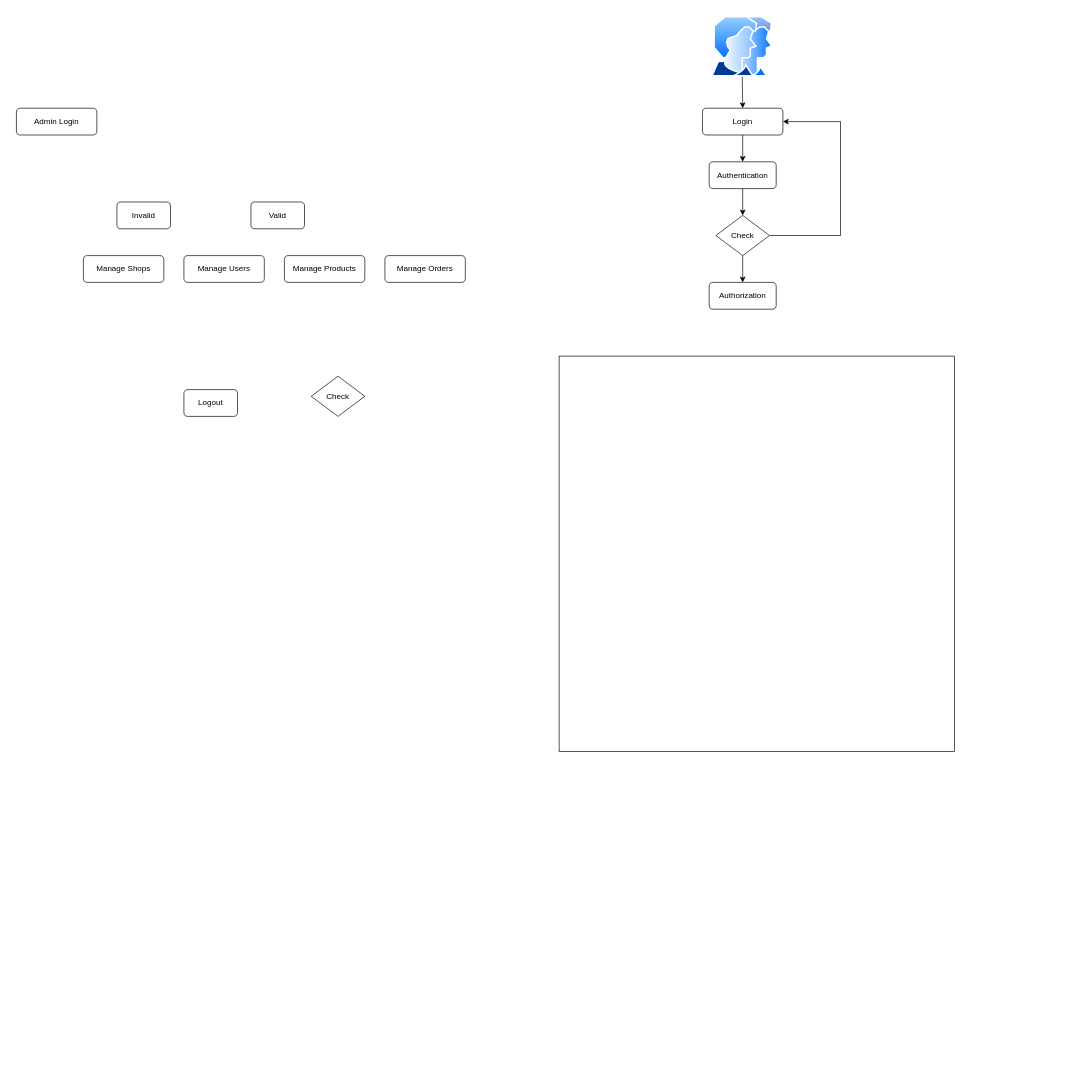
Above: page "Admin/Manager side" (2 of 2) of Диаграмма без названия.drawio in qosimjon123/example (draw.io), before the change. Source tidied: cells renumbered, new cells numbered last; positions are measured from the earlier drawing's top-left corner, leaving out a move shared by most shapes. Both pictures are drawn from the tidied source at 67%, with x=0, y=0 at pixel (16, 16).
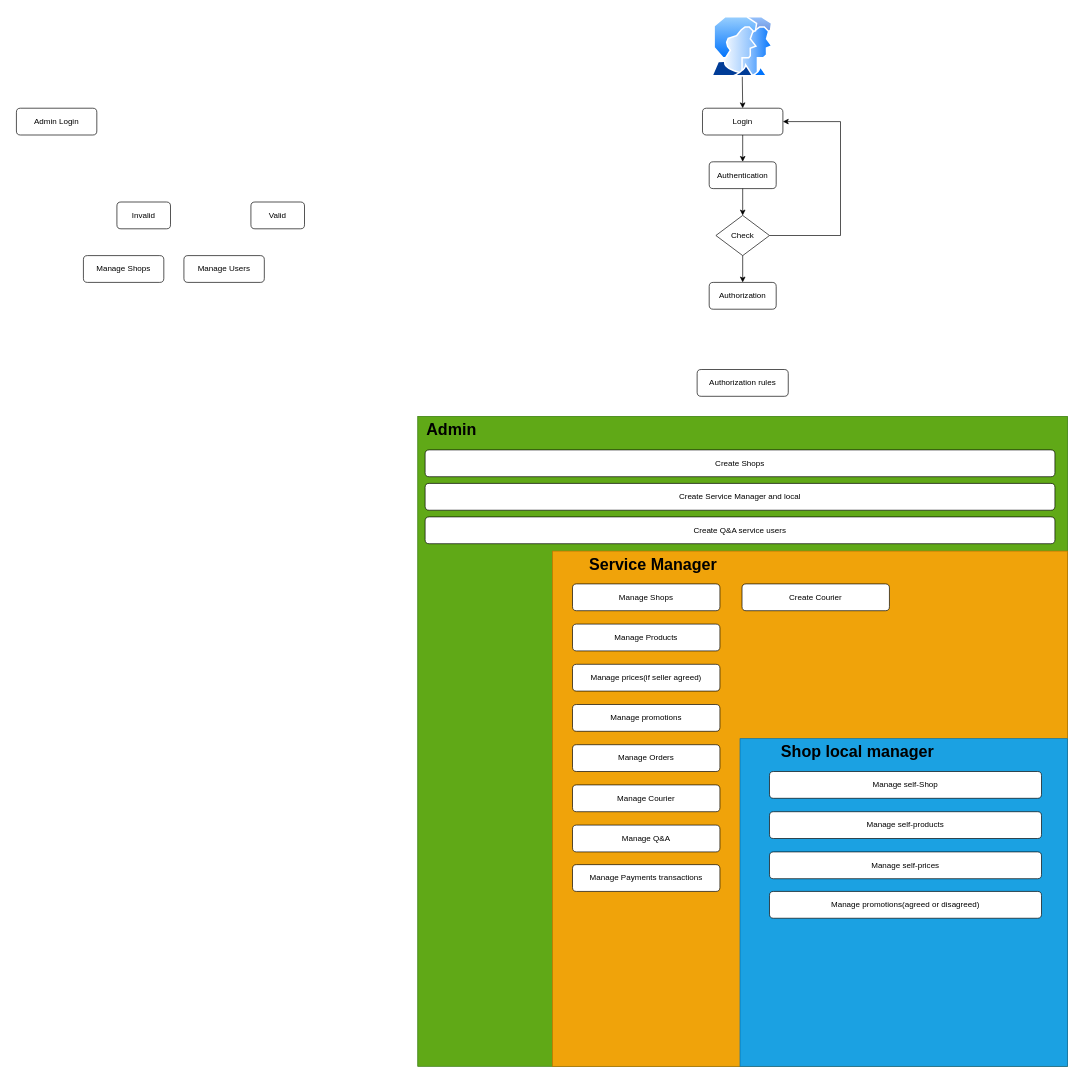
After the change.

Commit message:
admin beta

The change refers to these unchanged cells:
```xml
<mxCell id="8" value="Valid" style="rounded=1;whiteSpace=wrap;fillColor=#FFFFFF;strokeColor=#000000;" parent="1" vertex="1">
  <mxGeometry x="350" y="277" width="80" height="40" as="geometry" />
</mxCell>
<mxCell id="9" value="Manage Shops" style="rounded=1;whiteSpace=wrap;fillColor=#FFFFFF;strokeColor=#000000;" parent="1" vertex="1">
  <mxGeometry x="100" y="357" width="120" height="40" as="geometry" />
</mxCell>
<mxCell id="10" value="Manage Users" style="rounded=1;whiteSpace=wrap;fillColor=#FFFFFF;strokeColor=#000000;" parent="1" vertex="1">
  <mxGeometry x="250" y="357" width="120" height="40" as="geometry" />
</mxCell>
```

Change to the diagram source:
```diff
@@
-    <mxCell id="11" value="Manage Products" style="rounded=1;whiteSpace=wrap;fillColor=#FFFFFF;strokeColor=#000000;" parent="1" vertex="1">
-      <mxGeometry x="400" y="357" width="120" height="40" as="geometry" />
-    </mxCell>
-    <mxCell id="12" value="Manage Orders" style="rounded=1;whiteSpace=wrap;fillColor=#FFFFFF;strokeColor=#000000;" parent="1" vertex="1">
-      <mxGeometry x="550" y="357" width="120" height="40" as="geometry" />
-    </mxCell>
-    <mxCell id="13" value="Logout" style="rounded=1;whiteSpace=wrap;fillColor=#FFFFFF;strokeColor=#000000;" parent="1" vertex="1">
-      <mxGeometry x="250" y="557" width="80" height="40" as="geometry" />
-    </mxCell>
@@
-    <mxCell id="23" parent="1" edge="1" source="8" target="11" />
+    <mxCell id="23" parent="1" edge="1" source="8" />
-    <mxCell id="24" parent="1" edge="1" source="8" target="12" />
+    <mxCell id="24" parent="1" edge="1" source="8" />
-    <mxCell id="25" parent="1" edge="1" source="9" target="13" />
+    <mxCell id="25" parent="1" edge="1" source="9" />
-    <mxCell id="26" parent="1" edge="1" source="10" target="13" />
+    <mxCell id="26" parent="1" edge="1" source="10" />
-    <mxCell id="27" parent="1" edge="1" source="11" target="13" />
+    <mxCell id="27" parent="1" edge="1" />
-    <mxCell id="28" parent="1" edge="1" source="12" target="13" />
+    <mxCell id="28" parent="1" edge="1" />
-    <mxCell id="29" parent="1" edge="1" source="13" />
+    <mxCell id="29" parent="1" edge="1" />
@@
-    <mxCell id="31" value="Check" style="rhombus;whiteSpace=wrap;fillColor=#FFFFFF;strokeColor=#000000;" parent="1" vertex="1">
-      <mxGeometry x="440" y="537" width="80" height="60" as="geometry" />
-    </mxCell>
@@
-    <mxCell id="37" style="whiteSpace=wrap;html=1;" parent="1" vertex="1">
-      <mxGeometry x="810" y="507" width="590" height="590" as="geometry" />
+    <mxCell id="37" style="whiteSpace=wrap;html=1;fillColor=#60a917;fontColor=#ffffff;strokeColor=#2D7600;" parent="1" vertex="1">
+      <mxGeometry x="599" y="597" width="970" height="970" as="geometry" />
     </mxCell>
+    <mxCell id="38" value="Authorization rules" style="rounded=1;whiteSpace=wrap;fillColor=#FFFFFF;strokeColor=#000000;" parent="1" vertex="1">
+      <mxGeometry x="1016" y="527" width="136" height="40" as="geometry" />
+    </mxCell>
+    <mxCell id="39" style="whiteSpace=wrap;html=1;fillColor=#f0a30a;fontColor=#000000;strokeColor=#BD7000;" parent="1" vertex="1">
+      <mxGeometry x="800" y="798" width="769" height="769" as="geometry" />
+    </mxCell>
+    <mxCell id="40" style="whiteSpace=wrap;html=1;fillColor=#1ba1e2;fontColor=#ffffff;strokeColor=#006EAF;" parent="1" vertex="1">
+      <mxGeometry x="1080" y="1078" width="489" height="489" as="geometry" />
+    </mxCell>
+    <mxCell id="41" value="Admin" style="text;strokeColor=none;fillColor=none;html=1;fontSize=24;fontStyle=1;verticalAlign=middle;align=center;" parent="1" vertex="1">
+      <mxGeometry x="599" y="597" width="100" height="40" as="geometry" />
+    </mxCell>
+    <mxCell id="42" value="Service Manager" style="text;strokeColor=none;fillColor=none;html=1;fontSize=24;fontStyle=1;verticalAlign=middle;align=center;" parent="1" vertex="1">
+      <mxGeometry x="800" y="798" width="300" height="40" as="geometry" />
+    </mxCell>
+    <mxCell id="43" value="Shop local manager" style="text;strokeColor=none;fillColor=none;html=1;fontSize=24;fontStyle=1;verticalAlign=middle;align=center;" parent="1" vertex="1">
+      <mxGeometry x="1080" y="1078" width="350" height="40" as="geometry" />
+    </mxCell>
+    <mxCell id="44" value="Manage self-Shop" style="rounded=1;whiteSpace=wrap;fillColor=#FFFFFF;strokeColor=#000000;" parent="1" vertex="1">
+      <mxGeometry x="1124" y="1127" width="406" height="40" as="geometry" />
+    </mxCell>
+    <mxCell id="45" value="Manage self-products" style="rounded=1;whiteSpace=wrap;fillColor=#FFFFFF;strokeColor=#000000;" parent="1" vertex="1">
+      <mxGeometry x="1124" y="1187" width="406" height="40" as="geometry" />
+    </mxCell>
+    <mxCell id="46" value="Manage self-prices" style="rounded=1;whiteSpace=wrap;fillColor=#FFFFFF;strokeColor=#000000;" parent="1" vertex="1">
+      <mxGeometry x="1124" y="1247" width="406" height="40" as="geometry" />
+    </mxCell>
+    <mxCell id="47" value="Manage Shops" style="rounded=1;whiteSpace=wrap;fillColor=#FFFFFF;strokeColor=#000000;" parent="1" vertex="1">
+      <mxGeometry x="830" y="847" width="220" height="40" as="geometry" />
+    </mxCell>
+    <mxCell id="11" value="Manage Products" style="rounded=1;whiteSpace=wrap;fillColor=#FFFFFF;strokeColor=#000000;" parent="1" vertex="1">
+      <mxGeometry x="830" y="907" width="220" height="40" as="geometry" />
+    </mxCell>
+    <mxCell id="48" value="Manage prices(if seller agreed)" style="rounded=1;whiteSpace=wrap;fillColor=#FFFFFF;strokeColor=#000000;" parent="1" vertex="1">
+      <mxGeometry x="830" y="967" width="220" height="40" as="geometry" />
+    </mxCell>
+    <mxCell id="49" value="Manage promotions" style="rounded=1;whiteSpace=wrap;fillColor=#FFFFFF;strokeColor=#000000;" parent="1" vertex="1">
+      <mxGeometry x="830" y="1027" width="220" height="40" as="geometry" />
+    </mxCell>
+    <mxCell id="12" value="Manage Orders" style="rounded=1;whiteSpace=wrap;fillColor=#FFFFFF;strokeColor=#000000;" parent="1" vertex="1">
+      <mxGeometry x="830" y="1087" width="220" height="40" as="geometry" />
+    </mxCell>
+    <mxCell id="50" value="Manage promotions(agreed or disagreed)" style="rounded=1;whiteSpace=wrap;fillColor=#FFFFFF;strokeColor=#000000;" parent="1" vertex="1">
+      <mxGeometry x="1124" y="1306" width="406" height="40" as="geometry" />
+    </mxCell>
+    <mxCell id="51" value="Manage Courier" style="rounded=1;whiteSpace=wrap;fillColor=#FFFFFF;strokeColor=#000000;" parent="1" vertex="1">
+      <mxGeometry x="830" y="1147" width="220" height="40" as="geometry" />
+    </mxCell>
+    <mxCell id="52" value="Manage Q&amp;A" style="rounded=1;whiteSpace=wrap;fillColor=#FFFFFF;strokeColor=#000000;" parent="1" vertex="1">
+      <mxGeometry x="830" y="1207" width="220" height="40" as="geometry" />
+    </mxCell>
+    <mxCell id="53" value="Manage Payments transactions" style="rounded=1;whiteSpace=wrap;fillColor=#FFFFFF;strokeColor=#000000;" parent="1" vertex="1">
+      <mxGeometry x="830" y="1266" width="220" height="40" as="geometry" />
+    </mxCell>
+    <mxCell id="54" value="Create Shops" style="rounded=1;whiteSpace=wrap;fillColor=#FFFFFF;strokeColor=#000000;" parent="1" vertex="1">
+      <mxGeometry x="610" y="647" width="940" height="40" as="geometry" />
+    </mxCell>
+    <mxCell id="55" value="Create Service Manager and local" style="rounded=1;whiteSpace=wrap;fillColor=#FFFFFF;strokeColor=#000000;" parent="1" vertex="1">
+      <mxGeometry x="610" y="697" width="940" height="40" as="geometry" />
+    </mxCell>
+    <mxCell id="56" value="Create Q&amp;A service users" style="rounded=1;whiteSpace=wrap;fillColor=#FFFFFF;strokeColor=#000000;" parent="1" vertex="1">
+      <mxGeometry x="610" y="747" width="940" height="40" as="geometry" />
+    </mxCell>
+    <mxCell id="57" value="Create Courier" style="rounded=1;whiteSpace=wrap;fillColor=#FFFFFF;strokeColor=#000000;" parent="1" vertex="1">
+      <mxGeometry x="1083" y="847" width="220" height="40" as="geometry" />
+    </mxCell>
```
